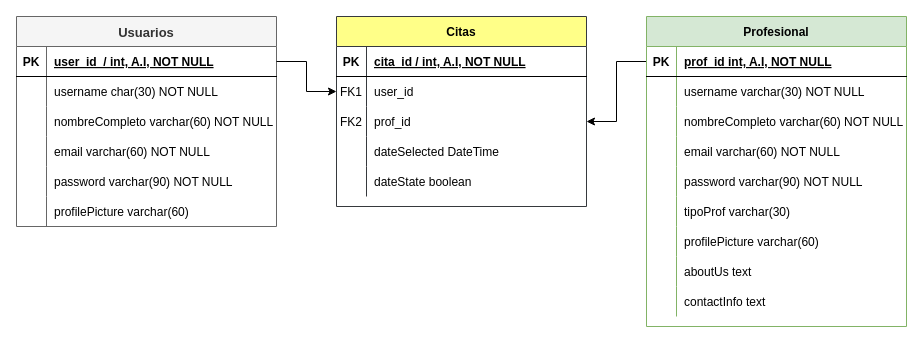
Eat-Fit/ERM-DB keeps this draw.io diagram as Untitled Diagram.drawio. Above is the earlier version. Source tidied: cells renumbered, new cells numbered last; positions are measured from the earlier drawing's top-left corner, leaving out a move shared by most shapes. Both pictures are drawn from the tidied source at 100%, with x=0, y=0 at pixel (16, 16).
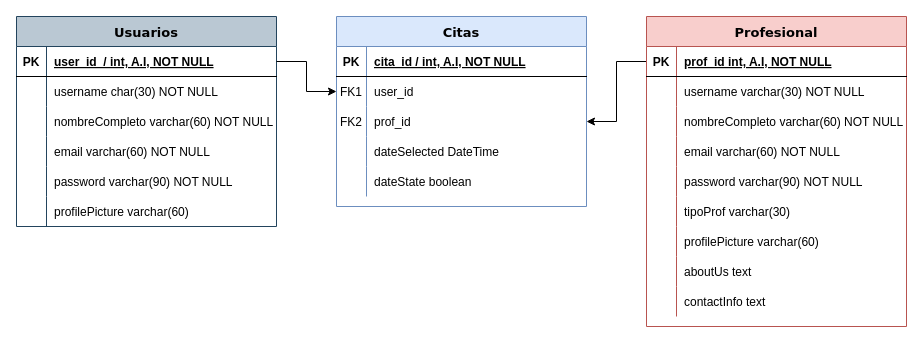
The same diagram, later.

Change to the diagram source:
```diff
@@
-    <mxCell id="2" value="Usuarios" style="shape=table;startSize=30;childLayout=tableLayout;rowLines=0;fontStyle=1;align=center;fontSize=13;fillColor=#f5f5f5;strokeColor=#666666;fontColor=#333333;" parent="1" vertex="1">
+    <mxCell id="2" value="Usuarios" style="shape=table;startSize=30;childLayout=tableLayout;rowLines=0;fontStyle=1;align=center;fontSize=13;fillColor=#bac8d3;strokeColor=#23445d;fontFamily=Verdana;gradientDirection=west;" parent="1" vertex="1">
       <mxGeometry width="260" height="210" as="geometry" />
     </mxCell>
@@
-    <mxCell id="23" value="Profesional" style="shape=table;startSize=30;childLayout=tableLayout;rowLines=0;fontStyle=1;align=center;fillColor=#d5e8d4;strokeColor=#82b366;" parent="1" vertex="1">
+    <mxCell id="23" value="Profesional" style="shape=table;startSize=30;childLayout=tableLayout;rowLines=0;fontStyle=1;align=center;fillColor=#f8cecc;strokeColor=#b85450;fontFamily=Verdana;fontSize=13;" parent="1" vertex="1">
       <mxGeometry x="630" width="260" height="310" as="geometry" />
     </mxCell>
@@
-    <mxCell id="51" value="Citas" style="shape=table;startSize=30;childLayout=tableLayout;rowLines=0;fontStyle=1;align=center;fillColor=#ffff88;strokeColor=#36393d;" parent="1" vertex="1">
+    <mxCell id="51" value="Citas" style="shape=table;startSize=30;childLayout=tableLayout;rowLines=0;fontStyle=1;align=center;fillColor=#dae8fc;strokeColor=#6c8ebf;fontFamily=Verdana;fontSize=13;" parent="1" vertex="1">
       <mxGeometry x="320" width="250" height="190" as="geometry" />
     </mxCell>
```
